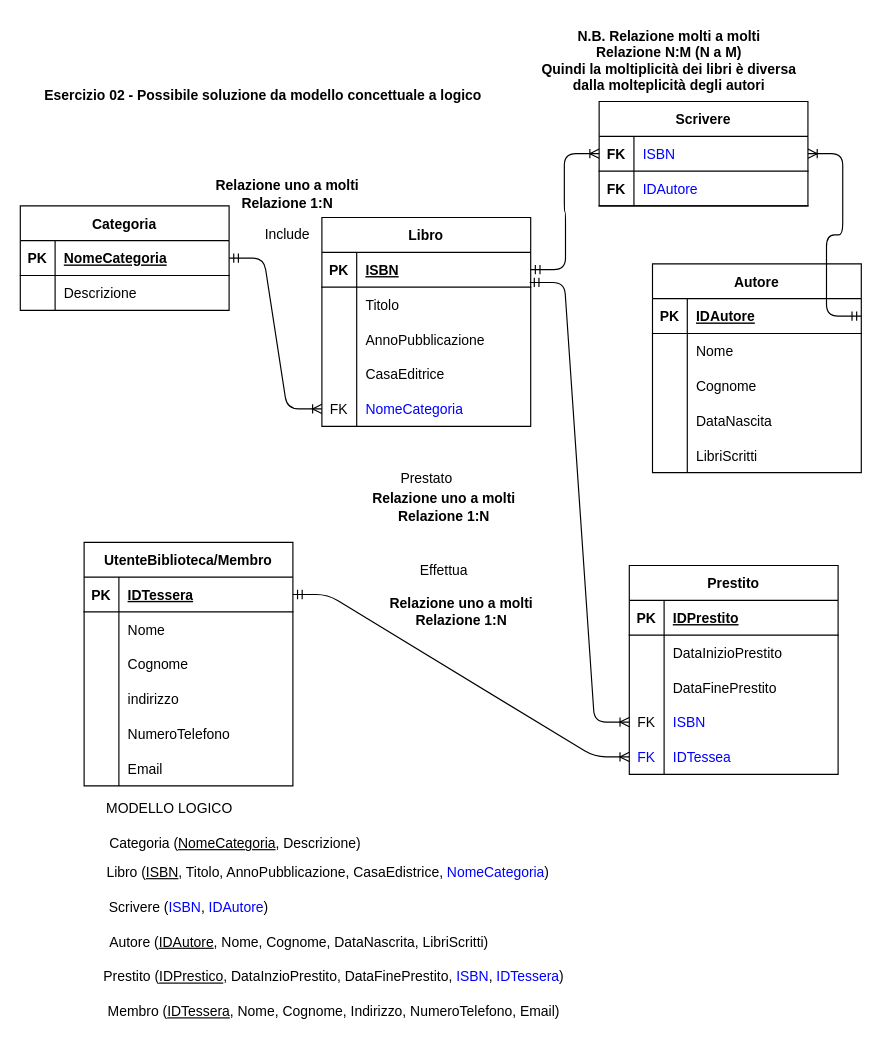
The draw.io diagram page "Da_ModelloConcettuale_a_ModelloLogico" (2 of 2) of AS_2024_2025/5IA_Informatica/Lezioni/Esercizi_ModellazioneConcettuale/Esercizio02_Informatica_ProgettazioneConcettuale_Soluzione.drawio in FrancescoGobbi/Didattica_GalileoGalilei_Ostiglia, before the edit. Source tidied: cells renumbered, new cells numbered last; positions are measured from the earlier drawing's top-left corner, leaving out a move shared by most shapes. Both pictures are drawn from the tidied source at 116%, with x=0, y=0 at pixel (20, 20).
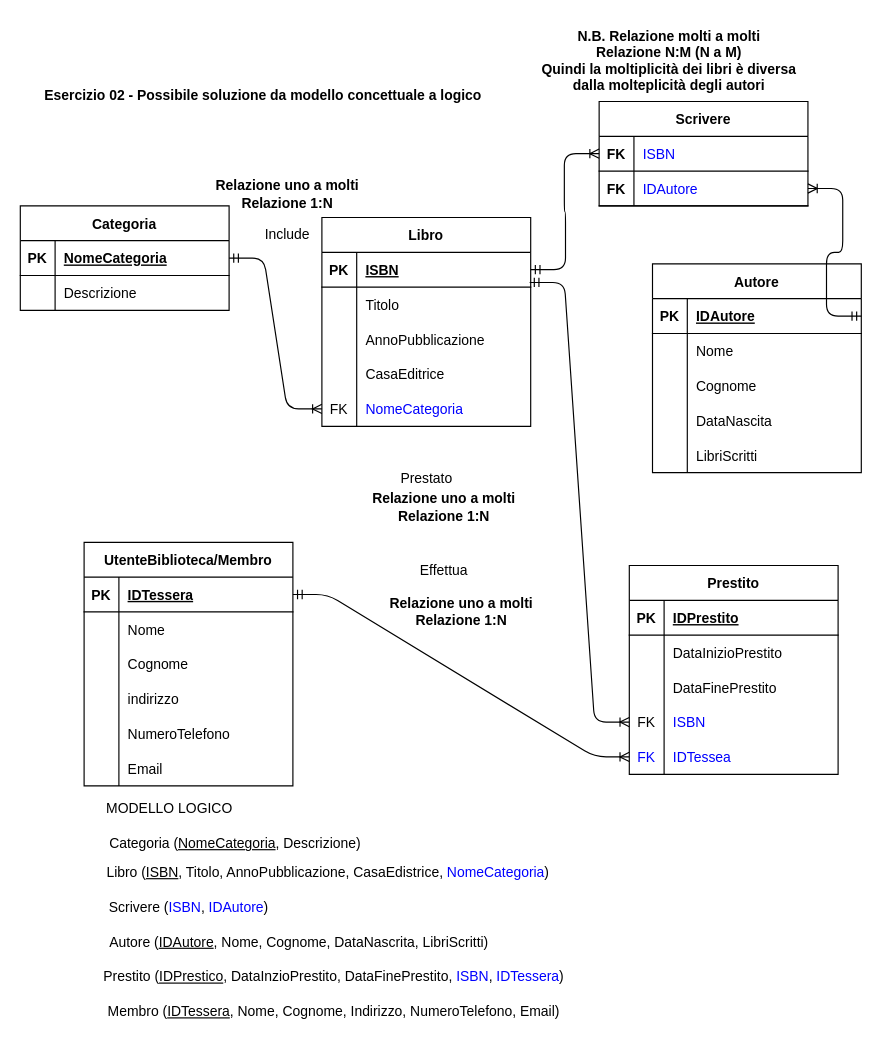
Above is the later version.

The change refers to these unchanged cells:
```xml
<mxCell id="26" style="shape=tableRow;horizontal=0;startSize=0;swimlaneHead=0;swimlaneBody=0;fillColor=none;points=[[0,0.5],[1,0.5]];portConstraint=eastwest;top=0;left=0;right=0;bottom=1;" parent="25" vertex="1">
  <mxGeometry y="30" width="180" height="30" as="geometry" />
</mxCell>
<mxCell id="85" style="shape=tableRow;horizontal=0;startSize=0;swimlaneHead=0;swimlaneBody=0;fillColor=none;points=[[0,0.5],[1,0.5]];portConstraint=eastwest;top=0;left=0;right=0;bottom=1;fontColor=#0000FF;" parent="84" vertex="1">
  <mxGeometry y="30" width="180" height="30" as="geometry" />
</mxCell>
<mxCell id="88" style="shape=tableRow;horizontal=0;startSize=0;swimlaneHead=0;swimlaneBody=0;fillColor=none;points=[[0,0.5],[1,0.5]];portConstraint=eastwest;top=0;left=0;right=0;bottom=1;fontColor=#000000;" parent="84" vertex="1">
  <mxGeometry y="60" width="180" height="30" as="geometry" />
</mxCell>
```

What changed in the source:
```diff
@@
-    <mxCell id="100" style="edgeStyle=entityRelationEdgeStyle;fontSize=12;html=1;endArrow=ERoneToMany;startArrow=ERmandOne;fontColor=#0000FF;exitX=1;exitY=0.5;exitDx=0;exitDy=0;entryX=1;entryY=0.5;entryDx=0;entryDy=0;" parent="1" edge="1" source="26" target="85">
+    <mxCell id="100" style="edgeStyle=entityRelationEdgeStyle;fontSize=12;html=1;endArrow=ERoneToMany;startArrow=ERmandOne;fontColor=#0000FF;exitX=1;exitY=0.5;exitDx=0;exitDy=0;entryX=1;entryY=0.5;entryDx=0;entryDy=0;" parent="1" edge="1" source="26" target="88">
       <mxGeometry relative="1" as="geometry" />
     </mxCell>
```
